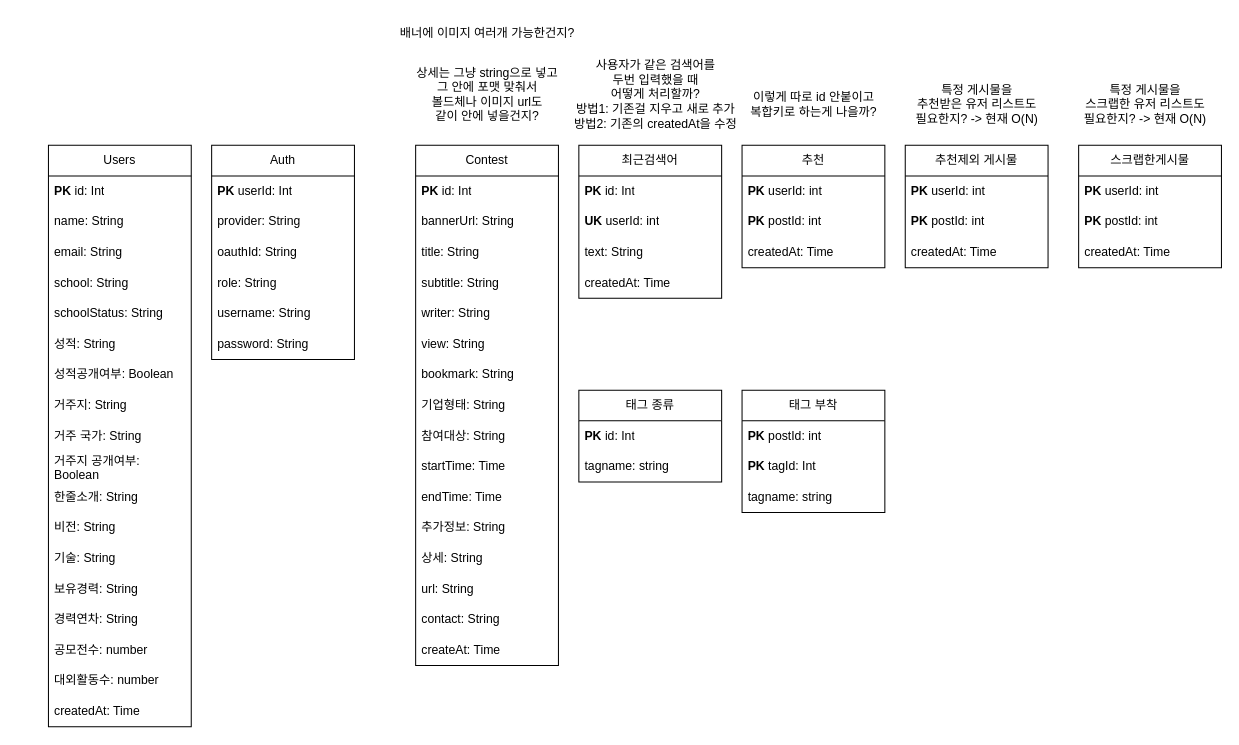
oyc0401/spring keeps this draw.io diagram as 인잡.drawio. Above is the earlier version. Source tidied: cells renumbered, new cells numbered last; positions are measured from the earlier drawing's top-left corner, leaving out a move shared by most shapes. Both pictures are drawn from the tidied source at 102%, with x=0, y=0 at pixel (48, 17).
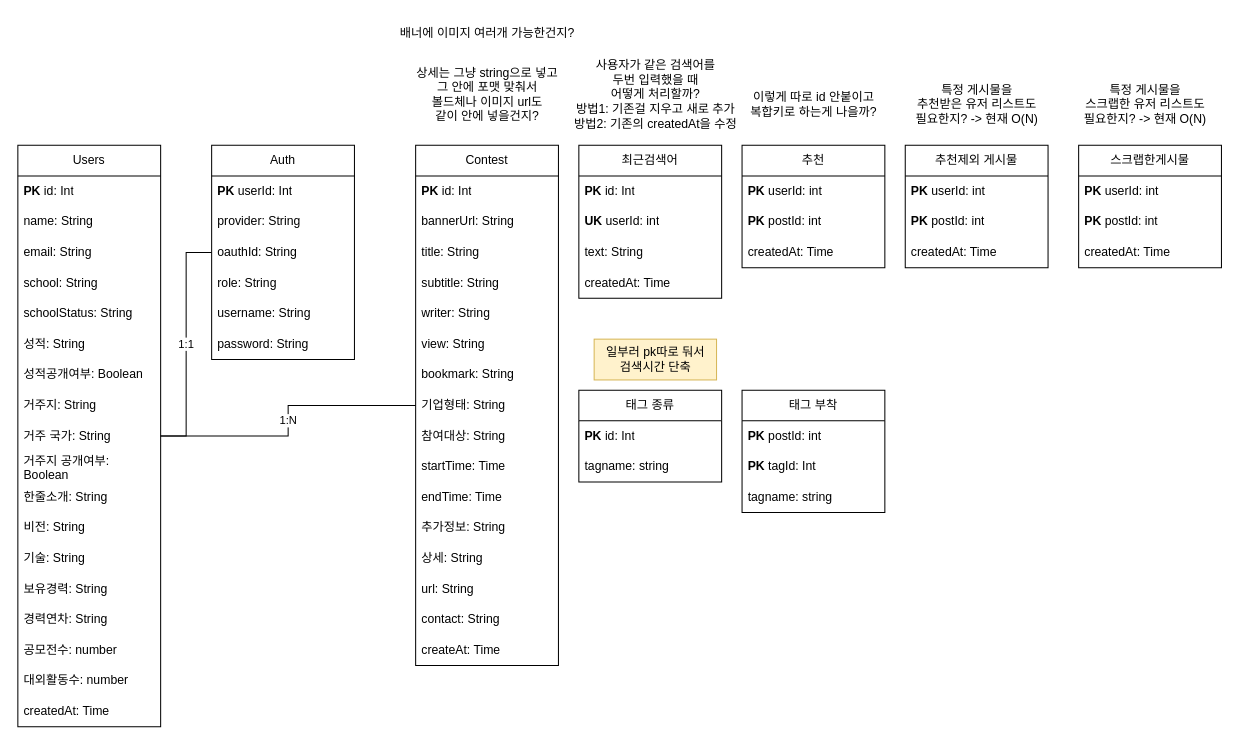
The same diagram, later.

Commit message:
인잡.drawio 업데이트

Unchanged cells that the change refers to:
```xml
<mxCell id="21" value="Auth" style="swimlane;fontStyle=0;horizontal=1;startSize=30;whiteSpace=wrap;html=1;" parent="1" vertex="1">
  <mxGeometry x="160" y="125" width="140" height="210" as="geometry" />
</mxCell>
<mxCell id="28" value="Contest" style="swimlane;fontStyle=0;horizontal=1;startSize=30;whiteSpace=wrap;html=1;" parent="1" vertex="1">
  <mxGeometry x="360" y="125" width="140" height="510" as="geometry" />
</mxCell>
```

The edit, as a diff of the source:
```diff
@@
     <mxCell id="2" value="Users" style="swimlane;fontStyle=0;horizontal=1;startSize=30;whiteSpace=wrap;html=1;" parent="1" vertex="1">
-      <mxGeometry y="125" width="140" height="570" as="geometry" />
+      <mxGeometry x="-30" y="125" width="140" height="570" as="geometry" />
     </mxCell>
@@
+    <mxCell id="75" value="1:1" style="edgeStyle=orthogonalEdgeStyle;rounded=0;jettySize=auto;html=1;endArrow=none;endFill=0;" parent="1" edge="1" source="21" target="2">
+      <mxGeometry relative="1" as="geometry" />
+    </mxCell>
@@
+    <mxCell id="76" value="1:N" style="edgeStyle=orthogonalEdgeStyle;rounded=0;jettySize=auto;html=1;endArrow=none;endFill=0;" parent="1" edge="1" source="28" target="2">
+      <mxGeometry relative="1" as="geometry" />
+    </mxCell>
@@
+    <mxCell id="77" value="일부러 pk따로 둬서&lt;br&gt;검색시간 단축" style="text;html=1;align=center;verticalAlign=middle;strokeColor=#d6b656;fillColor=#fff2cc;" parent="1" vertex="1">
+      <mxGeometry x="535" y="315" width="120" height="40" as="geometry" />
+    </mxCell>
```
